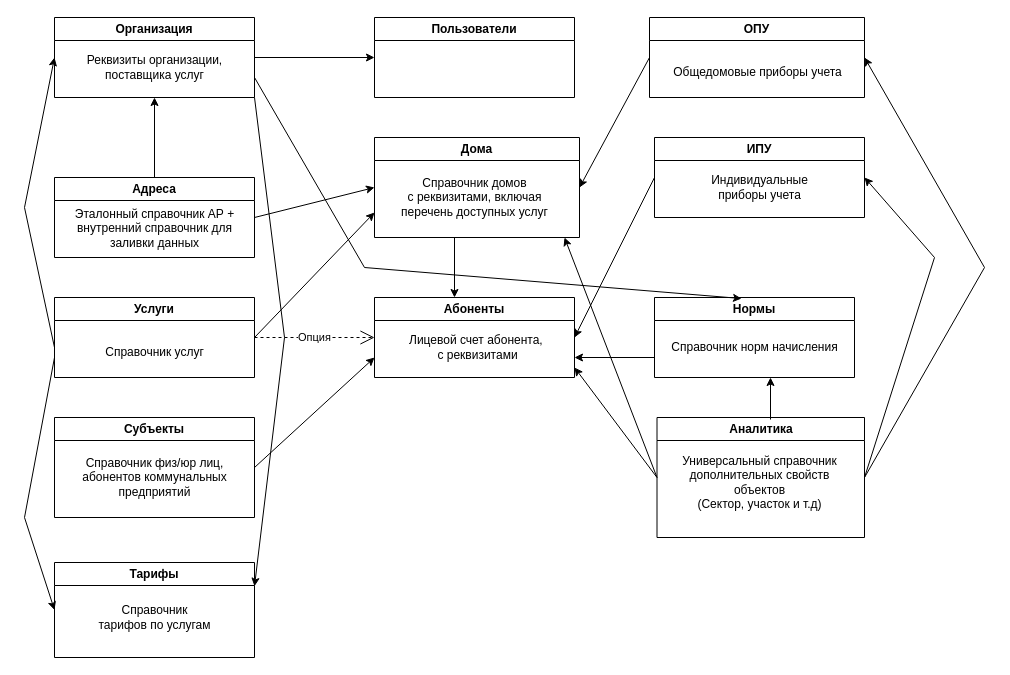
This is ERBill.drawio from mr-vic/billing, a draw.io file, before an edit. Source tidied: cells renumbered, new cells numbered last; positions are measured from the earlier drawing's top-left corner, leaving out a move shared by most shapes. Both pictures are drawn from the tidied source at 100%, with x=0, y=0 at pixel (24, 17).
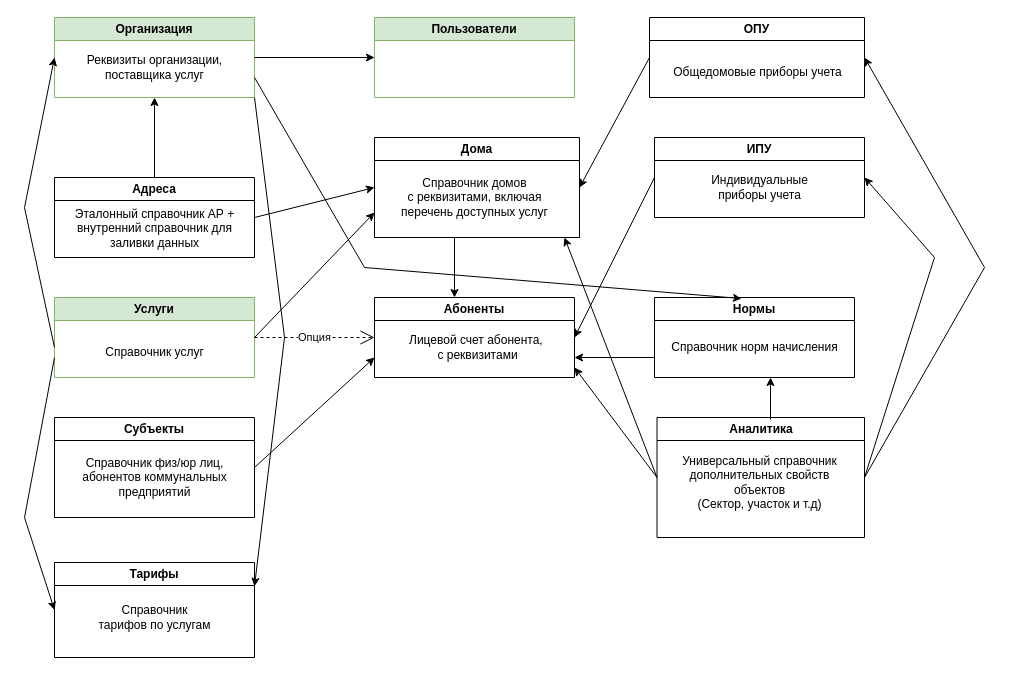
After the change.

Diff of the diagram source:
```diff
@@
-    <mxCell id="2" value="Организация" style="swimlane;whiteSpace=wrap;html=1;" parent="1" vertex="1">
+    <mxCell id="2" value="Организация" style="swimlane;whiteSpace=wrap;html=1;fillColor=#d5e8d4;strokeColor=#82b366;" parent="1" vertex="1">
       <mxGeometry x="30" width="200" height="80" as="geometry" />
     </mxCell>
@@
-    <mxCell id="4" value="Пользователи" style="swimlane;whiteSpace=wrap;html=1;" parent="1" vertex="1">
+    <mxCell id="4" value="Пользователи" style="swimlane;whiteSpace=wrap;html=1;fillColor=#d5e8d4;strokeColor=#82b366;" parent="1" vertex="1">
       <mxGeometry x="350" width="200" height="80" as="geometry" />
     </mxCell>
@@
-    <mxCell id="9" value="Услуги" style="swimlane;whiteSpace=wrap;html=1;" parent="1" vertex="1">
+    <mxCell id="9" value="Услуги" style="swimlane;whiteSpace=wrap;html=1;fillColor=#d5e8d4;strokeColor=#82b366;" parent="1" vertex="1">
       <mxGeometry x="30" y="280" width="200" height="80" as="geometry" />
     </mxCell>
```
